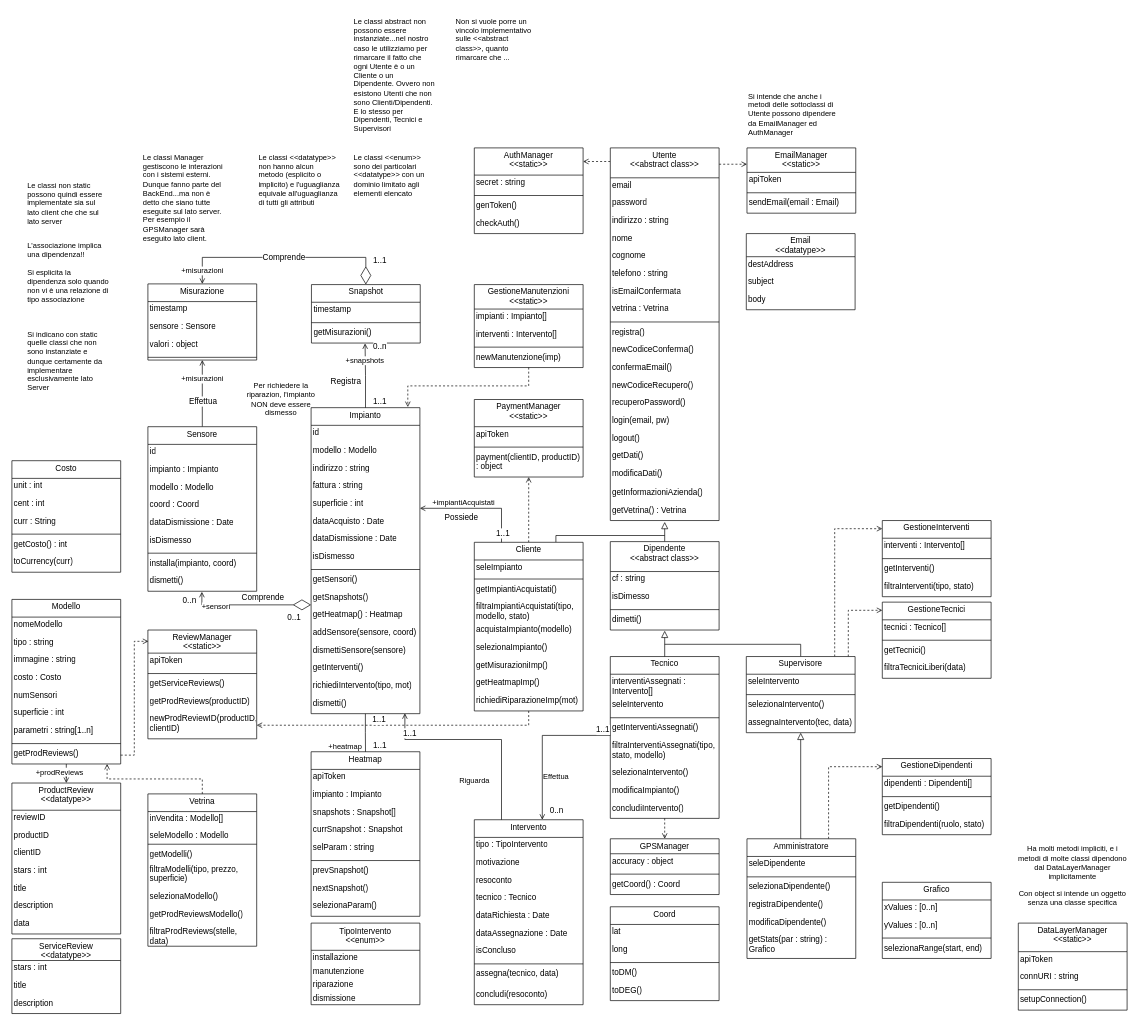
Earlier version of the draw.io diagram page "Complessivo" (1 of 10) of deliverables/d3/.media/.drawio/classi.drawio (amanfucci/ardeeno-workondeliverables). Source tidied: cells renumbered, new cells numbered last; positions are measured from the earlier drawing's top-left corner, leaving out a move shared by most shapes. Both pictures are drawn from the tidied source at 68%, with x=0, y=0 at pixel (12, 12).
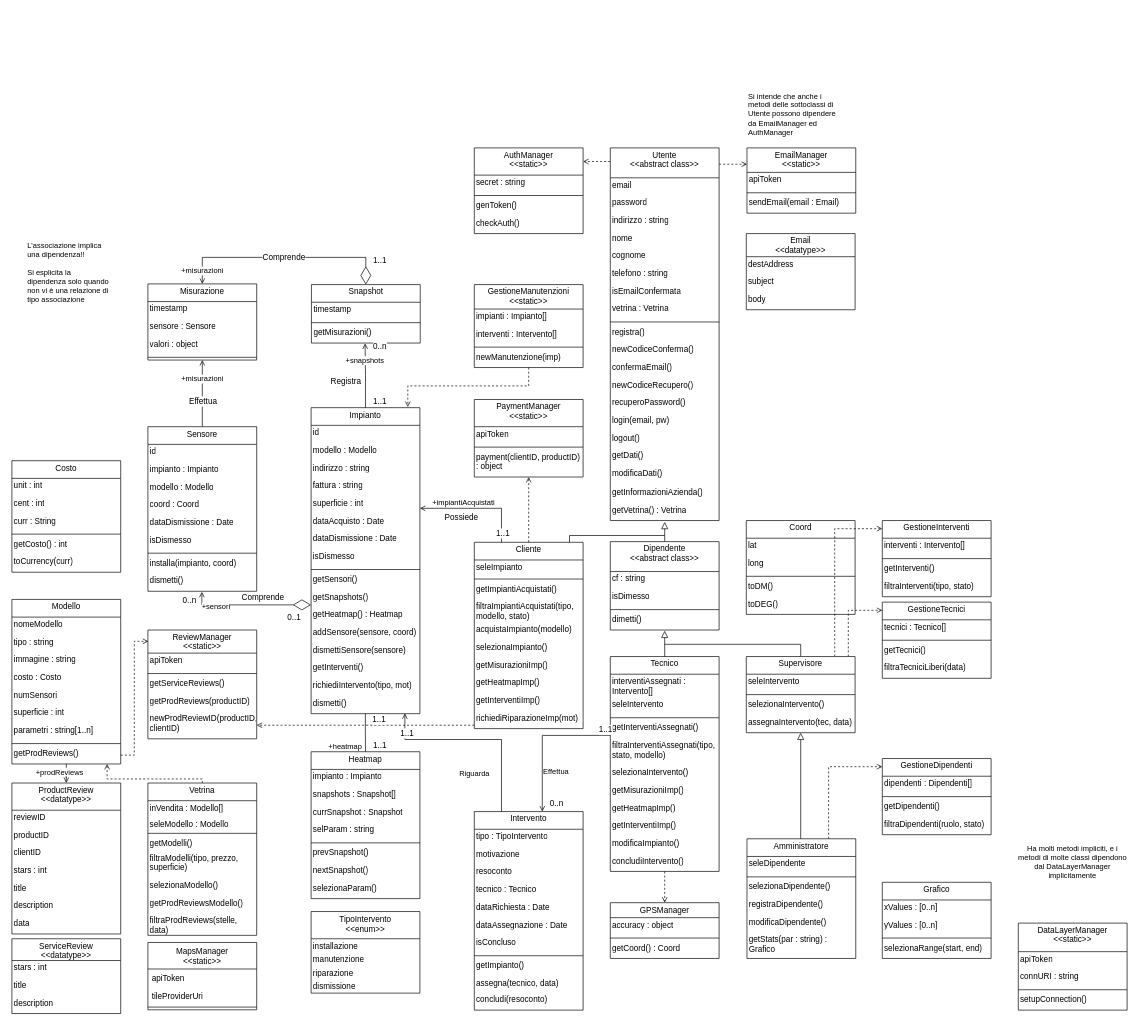
The same diagram, later.

What changed in the source:
```diff
@@
     <mxCell id="45" style="edgeStyle=orthogonalEdgeStyle;rounded=0;jettySize=auto;html=1;endArrow=none;endFill=0;" parent="1" edge="1" source="180">
       <mxGeometry relative="1" as="geometry">
         <mxPoint x="960" y="770" as="targetPoint" />
         <Array as="points">
-          <mxPoint x="800" y="770" />
+          <mxPoint x="820" y="770" />
         </Array>
       </mxGeometry>
     </mxCell>
@@
     <mxCell id="69" value="Heatmap" style="swimlane;fontStyle=0;align=center;verticalAlign=top;horizontal=1;startSize=26;whiteSpace=wrap;spacing=-1;" parent="1" vertex="1">
-      <mxGeometry x="440" y="1088" width="160" height="242" as="geometry" />
+      <mxGeometry x="440" y="1088" width="160" height="216" as="geometry" />
     </mxCell>
-    <mxCell id="70" value="apiToken" style="text;strokeColor=none;fillColor=none;align=left;verticalAlign=top;spacingLeft=4;spacingRight=4;overflow=hidden;fontStyle=0;whiteSpace=wrap;spacing=-1;" parent="69" vertex="1">
-      <mxGeometry y="26" width="160" height="26" as="geometry" />
-    </mxCell>
     <mxCell id="71" value="impianto : Impianto" style="text;strokeColor=none;fillColor=none;align=left;verticalAlign=top;spacingLeft=4;spacingRight=4;overflow=hidden;fontStyle=0;whiteSpace=wrap;spacing=-1;" parent="69" vertex="1">
-      <mxGeometry y="52" width="160" height="26" as="geometry" />
+      <mxGeometry y="26" width="160" height="26" as="geometry" />
     </mxCell>
     <mxCell id="72" value="snapshots : Snapshot[]" style="text;strokeColor=none;fillColor=none;align=left;verticalAlign=top;spacingLeft=4;spacingRight=4;overflow=hidden;fontStyle=0;whiteSpace=wrap;spacing=-1;" parent="69" vertex="1">
-      <mxGeometry y="78" width="160" height="26" as="geometry" />
+      <mxGeometry y="52" width="160" height="26" as="geometry" />
     </mxCell>
     <mxCell id="73" value="currSnapshot : Snapshot" style="text;strokeColor=none;fillColor=none;align=left;verticalAlign=top;spacingLeft=4;spacingRight=4;overflow=hidden;fontStyle=0;whiteSpace=wrap;spacing=-1;" parent="69" vertex="1">
-      <mxGeometry y="104" width="160" height="26" as="geometry" />
+      <mxGeometry y="78" width="160" height="26" as="geometry" />
     </mxCell>
     <mxCell id="74" value="selParam : string" style="text;strokeColor=none;fillColor=none;align=left;verticalAlign=top;spacingLeft=4;spacingRight=4;overflow=hidden;fontStyle=0;whiteSpace=wrap;spacing=-1;" parent="69" vertex="1">
-      <mxGeometry y="130" width="160" height="26" as="geometry" />
+      <mxGeometry y="104" width="160" height="26" as="geometry" />
     </mxCell>
     <mxCell id="75" style="line;strokeWidth=1;fillColor=none;align=left;verticalAlign=middle;spacingTop=-1;spacingLeft=3;spacingRight=3;labelPosition=right;strokeColor=inherit;fontStyle=0;whiteSpace=wrap;spacing=-1;" parent="69" vertex="1">
-      <mxGeometry y="156" width="160" height="8" as="geometry" />
+      <mxGeometry y="130" width="160" height="8" as="geometry" />
     </mxCell>
     <mxCell id="76" value="prevSnapshot()" style="text;strokeColor=none;fillColor=none;align=left;verticalAlign=top;spacingLeft=4;spacingRight=4;overflow=hidden;fontStyle=0;whiteSpace=wrap;spacing=-1;" parent="69" vertex="1">
-      <mxGeometry y="164" width="160" height="26" as="geometry" />
+      <mxGeometry y="138" width="160" height="26" as="geometry" />
     </mxCell>
     <mxCell id="77" value="nextSnapshot()" style="text;strokeColor=none;fillColor=none;align=left;verticalAlign=top;spacingLeft=4;spacingRight=4;overflow=hidden;fontStyle=0;whiteSpace=wrap;spacing=-1;" parent="69" vertex="1">
-      <mxGeometry y="190" width="160" height="26" as="geometry" />
+      <mxGeometry y="164" width="160" height="26" as="geometry" />
     </mxCell>
     <mxCell id="78" value="selezionaParam()" style="text;strokeColor=none;fillColor=none;align=left;verticalAlign=top;spacingLeft=4;spacingRight=4;overflow=hidden;fontStyle=0;whiteSpace=wrap;spacing=-1;" parent="69" vertex="1">
-      <mxGeometry y="216" width="160" height="26" as="geometry" />
+      <mxGeometry y="190" width="160" height="26" as="geometry" />
     </mxCell>
@@
     <mxCell id="95" value="GPSManager" style="swimlane;fontStyle=0;align=center;verticalAlign=top;horizontal=1;startSize=22;whiteSpace=wrap;spacing=-1;" parent="1" vertex="1">
-      <mxGeometry x="880" y="1216" width="160" height="82" as="geometry" />
+      <mxGeometry x="880" y="1310" width="160" height="82" as="geometry" />
     </mxCell>
@@
     <mxCell id="107" value="Coord" style="swimlane;fontStyle=0;align=center;verticalAlign=top;horizontal=1;startSize=26;whiteSpace=wrap;spacing=-1;" parent="1" vertex="1">
-      <mxGeometry x="880" y="1316" width="160" height="138" as="geometry" />
+      <mxGeometry x="1080" y="748" width="160" height="138" as="geometry" />
     </mxCell>
@@
     <mxCell id="145" value="Tecnico" style="swimlane;fontStyle=0;align=center;verticalAlign=top;horizontal=1;startSize=26;whiteSpace=wrap;spacing=-1;" parent="1" vertex="1">
-      <mxGeometry x="880" y="948" width="160" height="238" as="geometry" />
+      <mxGeometry x="880" y="948" width="160" height="316" as="geometry" />
     </mxCell>
@@
+    <mxCell id="275" value="getMisurazioniImp()" style="text;strokeColor=none;fillColor=none;align=left;verticalAlign=top;spacingLeft=4;spacingRight=4;overflow=hidden;fontStyle=0;whiteSpace=wrap;spacing=-1;" parent="145" vertex="1">
+      <mxGeometry y="186" width="160" height="26" as="geometry" />
+    </mxCell>
+    <mxCell id="276" value="getHeatmapImp()" style="text;strokeColor=none;fillColor=none;align=left;verticalAlign=top;spacingLeft=4;spacingRight=4;overflow=hidden;fontStyle=0;whiteSpace=wrap;spacing=-1;" parent="145" vertex="1">
+      <mxGeometry y="212" width="160" height="26" as="geometry" />
+    </mxCell>
+    <mxCell id="277" value="getInterventiImp()" style="text;strokeColor=none;fillColor=none;align=left;verticalAlign=top;spacingLeft=4;spacingRight=4;overflow=hidden;fontStyle=0;whiteSpace=wrap;spacing=-1;" parent="145" vertex="1">
+      <mxGeometry y="238" width="160" height="26" as="geometry" />
+    </mxCell>
     <mxCell id="152" value="modificaImpianto()" style="text;strokeColor=none;fillColor=none;align=left;verticalAlign=top;spacingLeft=4;spacingRight=4;overflow=hidden;fontStyle=0;whiteSpace=wrap;spacing=-1;" parent="145" vertex="1">
-      <mxGeometry y="186" width="160" height="26" as="geometry" />
+      <mxGeometry y="264" width="160" height="26" as="geometry" />
     </mxCell>
     <mxCell id="153" value="concludiIntervento()" style="text;strokeColor=none;fillColor=none;align=left;verticalAlign=top;spacingLeft=4;spacingRight=4;overflow=hidden;fontStyle=0;whiteSpace=wrap;spacing=-1;" parent="145" vertex="1">
-      <mxGeometry y="212" width="160" height="26" as="geometry" />
+      <mxGeometry y="290" width="160" height="26" as="geometry" />
     </mxCell>
@@
     <mxCell id="162" value="Intervento" style="swimlane;fontStyle=0;align=center;verticalAlign=top;horizontal=1;startSize=26;whiteSpace=wrap;spacing=-1;" parent="1" vertex="1">
-      <mxGeometry x="680" y="1188" width="160" height="272" as="geometry" />
+      <mxGeometry x="680" y="1176" width="160" height="292" as="geometry" />
     </mxCell>
@@
+    <mxCell id="278" value="getImpianto()" style="text;strokeColor=none;fillColor=none;align=left;verticalAlign=top;spacingLeft=4;spacingRight=4;overflow=hidden;whiteSpace=wrap;fontStyle=0;spacing=-1;" parent="162" vertex="1">
+      <mxGeometry y="216" width="160" height="26" as="geometry" />
+    </mxCell>
     <mxCell id="171" value="assegna(tecnico, data)" style="text;strokeColor=none;fillColor=none;align=left;verticalAlign=top;spacingLeft=4;spacingRight=4;overflow=hidden;fontStyle=0;whiteSpace=wrap;spacing=-1;" parent="162" vertex="1">
-      <mxGeometry y="216" width="160" height="30" as="geometry" />
+      <mxGeometry y="242" width="160" height="24" as="geometry" />
     </mxCell>
     <mxCell id="172" value="concludi(resoconto)" style="text;strokeColor=none;fillColor=none;align=left;verticalAlign=top;spacingLeft=4;spacingRight=4;overflow=hidden;whiteSpace=wrap;fontStyle=0;spacing=-1;" parent="162" vertex="1">
-      <mxGeometry y="246" width="160" height="26" as="geometry" />
+      <mxGeometry y="266" width="160" height="26" as="geometry" />
     </mxCell>
@@
     <mxCell id="180" value="Cliente" style="swimlane;fontStyle=0;align=center;verticalAlign=top;horizontal=1;startSize=26;whiteSpace=wrap;spacing=-1;" parent="1" vertex="1">
-      <mxGeometry x="680" y="780" width="160" height="248" as="geometry" />
+      <mxGeometry x="680" y="780" width="160" height="274" as="geometry" />
     </mxCell>
@@
+    <mxCell id="279" value="getInterventiImp()" style="text;strokeColor=none;fillColor=none;align=left;verticalAlign=top;spacingLeft=4;spacingRight=4;overflow=hidden;fontStyle=0;whiteSpace=wrap;spacing=-1;" parent="180" vertex="1">
+      <mxGeometry y="222" width="160" height="26" as="geometry" />
+    </mxCell>
     <mxCell id="189" value="richiediRiparazioneImp(mot)" style="text;strokeColor=none;fillColor=none;align=left;verticalAlign=top;spacingLeft=4;spacingRight=4;overflow=hidden;fontStyle=0;whiteSpace=wrap;spacing=-1;" parent="180" vertex="1">
-      <mxGeometry y="222" width="160" height="26" as="geometry" />
+      <mxGeometry y="248" width="160" height="26" as="geometry" />
     </mxCell>
@@
     <mxCell id="225" value="Vetrina" style="swimlane;fontStyle=0;align=center;verticalAlign=top;horizontal=1;startSize=26;whiteSpace=wrap;spacing=-1;" parent="1" vertex="1">
-      <mxGeometry x="200" y="1150" width="160" height="224" as="geometry" />
+      <mxGeometry x="200" y="1134" width="160" height="224" as="geometry" />
     </mxCell>
@@
-    <mxCell id="234" value="Ha molti metodi impliciti, e i metodi di molte classi dipendono dal DataLayerManager&lt;br&gt;implicitamente&lt;br&gt;&lt;br&gt;Con object si intende un oggetto senza una classe specifica" style="text;html=1;strokeColor=none;fillColor=none;align=center;verticalAlign=middle;whiteSpace=wrap;rounded=0;fontFamily=Helvetica;fontSize=11;fontColor=default;spacing=-1;" parent="1" vertex="1">
-      <mxGeometry x="1480" y="1219" width="160" height="104" as="geometry" />
+    <mxCell id="234" value="Ha molti metodi impliciti, e i metodi di molte classi dipendono dal DataLayerManager&lt;br&gt;implicitamente" style="text;html=1;strokeColor=none;fillColor=none;align=center;verticalAlign=middle;whiteSpace=wrap;rounded=0;fontFamily=Helvetica;fontSize=11;fontColor=default;spacing=-1;" parent="1" vertex="1">
+      <mxGeometry x="1480" y="1219" width="160" height="61" as="geometry" />
     </mxCell>
@@
     <mxCell id="259" value="TipoIntervento&#10;&lt;&lt;enum&gt;&gt;" style="swimlane;fontStyle=0;align=center;verticalAlign=top;horizontal=1;startSize=40;whiteSpace=wrap;spacing=0;" parent="1" vertex="1">
-      <mxGeometry x="440" y="1340" width="160" height="120" as="geometry" />
+      <mxGeometry x="440" y="1323" width="160" height="120" as="geometry" />
     </mxCell>
@@
-    <mxCell id="264" value="Per richiedere la riparazion, l'impianto NON deve essere dismesso" style="text;html=1;strokeColor=none;fillColor=none;align=center;verticalAlign=middle;whiteSpace=wrap;rounded=0;fillStyle=solid;fontFamily=Helvetica;fontSize=11;fontColor=default;" parent="1" vertex="1">
-      <mxGeometry x="333.5" y="532" width="124" height="76" as="geometry" />
-    </mxCell>
@@
     <mxCell id="266" value="L'associazione implica una dipendenza!!&lt;br&gt;&lt;br&gt;Si esplicita la dipendenza solo quando non vi è una relazione di tipo associazione" style="text;html=1;strokeColor=none;fillColor=none;align=left;verticalAlign=top;whiteSpace=wrap;rounded=0;fillStyle=solid;fontFamily=Helvetica;fontSize=11;fontColor=default;spacing=3;" parent="1" vertex="1">
-      <mxGeometry x="20" y="330" width="124" height="120" as="geometry" />
+      <mxGeometry x="20" y="330" width="124" height="100" as="geometry" />
     </mxCell>
-    <mxCell id="267" value="Si indicano con static quelle classi che non sono instanziate e dunque certamente da implementare esclusivamente lato Server" style="text;html=1;strokeColor=none;fillColor=none;align=left;verticalAlign=top;whiteSpace=wrap;rounded=0;fillStyle=solid;fontFamily=Helvetica;fontSize=11;fontColor=default;spacing=3;" parent="1" vertex="1">
-      <mxGeometry x="20" y="460" width="124" height="110" as="geometry" />
-    </mxCell>
-    <mxCell id="268" value="Le classi non static possono quindi essere implementate sia sul lato client che che sul lato server" style="text;html=1;strokeColor=none;fillColor=none;align=left;verticalAlign=top;whiteSpace=wrap;rounded=0;fillStyle=solid;fontFamily=Helvetica;fontSize=11;fontColor=default;spacing=3;" parent="1" vertex="1">
-      <mxGeometry x="20" y="241" width="124" height="85" as="geometry" />
-    </mxCell>
-    <mxCell id="269" value="Le classi Manager gestiscono le interazioni con i sistemi esterni.&lt;br&gt;Dunque fanno parte del BackEnd...ma non è detto che siano tutte eseguite sul lato server.&lt;br&gt;Per esempio il GPSManager sarà eseguito lato client." style="text;html=1;strokeColor=none;fillColor=none;align=left;verticalAlign=top;whiteSpace=wrap;rounded=0;fillStyle=solid;fontFamily=Helvetica;fontSize=11;fontColor=default;spacing=3;" parent="1" vertex="1">
-      <mxGeometry x="190" y="200" width="124" height="150" as="geometry" />
-    </mxCell>
-    <mxCell id="270" value="Le classi &amp;lt;&amp;lt;datatype&amp;gt;&amp;gt; non hanno alcun metodo (esplicito o implicito) e l'uguaglianza equivale all'uguaglianza di tutti gli attributi" style="text;html=1;strokeColor=none;fillColor=none;align=left;verticalAlign=top;whiteSpace=wrap;rounded=0;fillStyle=solid;fontFamily=Helvetica;fontSize=11;fontColor=default;spacing=3;" parent="1" vertex="1">
-      <mxGeometry x="360" y="200" width="124" height="100" as="geometry" />
-    </mxCell>
-    <mxCell id="271" value="Le classi &amp;lt;&amp;lt;enum&amp;gt;&amp;gt; sono dei particolari &amp;lt;&amp;lt;datatype&amp;gt;&amp;gt; con un dominio limitato agli elementi elencato" style="text;html=1;strokeColor=none;fillColor=none;align=left;verticalAlign=top;whiteSpace=wrap;rounded=0;fillStyle=solid;fontFamily=Helvetica;fontSize=11;fontColor=default;spacing=3;" parent="1" vertex="1">
-      <mxGeometry x="500" y="200" width="124" height="76" as="geometry" />
-    </mxCell>
-    <mxCell id="272" value="Le classi abstract non possono essere instanziate...nel nostro caso le utilizziamo per rimarcare il fatto che ogni Utente è o un Cliente o un Dipendente. Ovvero non esistono Utenti che non sono Clienti/Dipendenti.&lt;br&gt;E lo stesso per Dipendenti, Tecnici e Supervisori" style="text;html=1;strokeColor=none;fillColor=none;align=left;verticalAlign=top;whiteSpace=wrap;rounded=0;fillStyle=solid;fontFamily=Helvetica;fontSize=11;fontColor=default;spacing=3;" parent="1" vertex="1">
-      <mxGeometry x="500" width="124" height="200" as="geometry" />
-    </mxCell>
-    <mxCell id="273" value="Non si vuole porre un vincolo implementativo sulle &amp;lt;&amp;lt;abstract class&amp;gt;&amp;gt;, quanto rimarcare che ..." style="text;html=1;strokeColor=none;fillColor=none;align=left;verticalAlign=top;whiteSpace=wrap;rounded=0;fillStyle=solid;fontFamily=Helvetica;fontSize=11;fontColor=default;spacing=3;" parent="1" vertex="1">
-      <mxGeometry x="650" width="124" height="80" as="geometry" />
-    </mxCell>
@@
+    <mxCell id="280" value="MapsManager&#10;&lt;&lt;static&gt;&gt;" style="swimlane;fontStyle=0;align=center;verticalAlign=top;horizontal=1;startSize=39;" parent="1" vertex="1">
+      <mxGeometry x="200" y="1368.5" width="160" height="99" as="geometry" />
+    </mxCell>
+    <mxCell id="70" value="apiToken" style="text;strokeColor=none;fillColor=none;align=left;verticalAlign=top;spacingLeft=4;spacingRight=4;overflow=hidden;" parent="280" vertex="1">
+      <mxGeometry y="39" width="160" height="26" as="geometry" />
+    </mxCell>
+    <mxCell id="281" value="tileProviderUri" style="text;strokeColor=none;fillColor=none;align=left;verticalAlign=top;spacingLeft=4;spacingRight=4;overflow=hidden;" parent="280" vertex="1">
+      <mxGeometry y="65" width="160" height="26" as="geometry" />
+    </mxCell>
+    <mxCell id="282" style="line;strokeWidth=1;fillColor=none;align=left;verticalAlign=middle;spacingTop=-1;spacingLeft=3;spacingRight=3;labelPosition=right;" parent="280" vertex="1">
+      <mxGeometry y="91" width="160" height="8" as="geometry" />
+    </mxCell>
```
